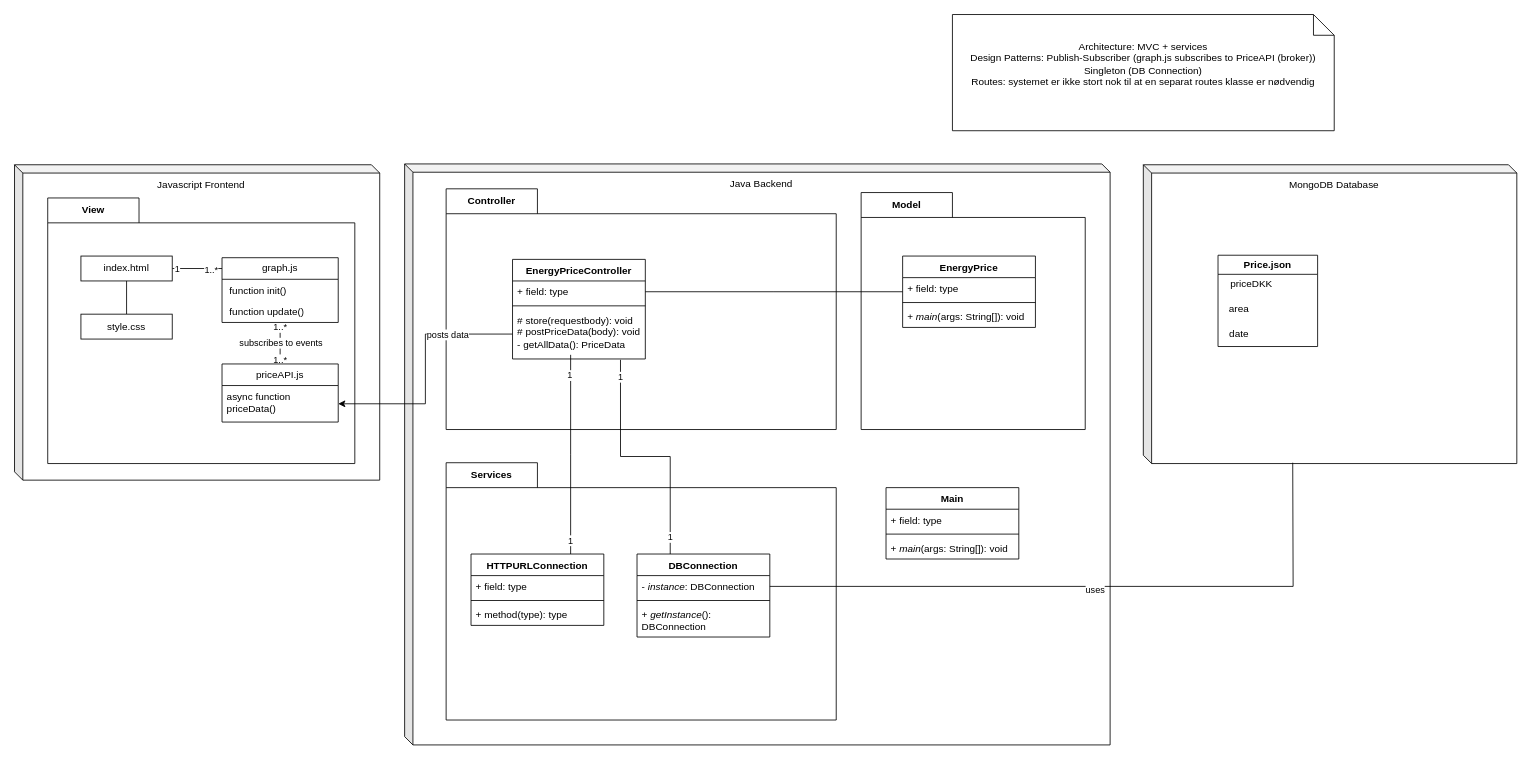
Before: page "UML Class" (3 of 4) of CPS Diagram.drawio in NikolajT/EnergyWatch, a draw.io diagram. Source tidied: cells renumbered, new cells numbered last; positions are measured from the earlier drawing's top-left corner, leaving out a move shared by most shapes. Both pictures are drawn from the tidied source at 83%, with x=0, y=0 at pixel (14, 14).
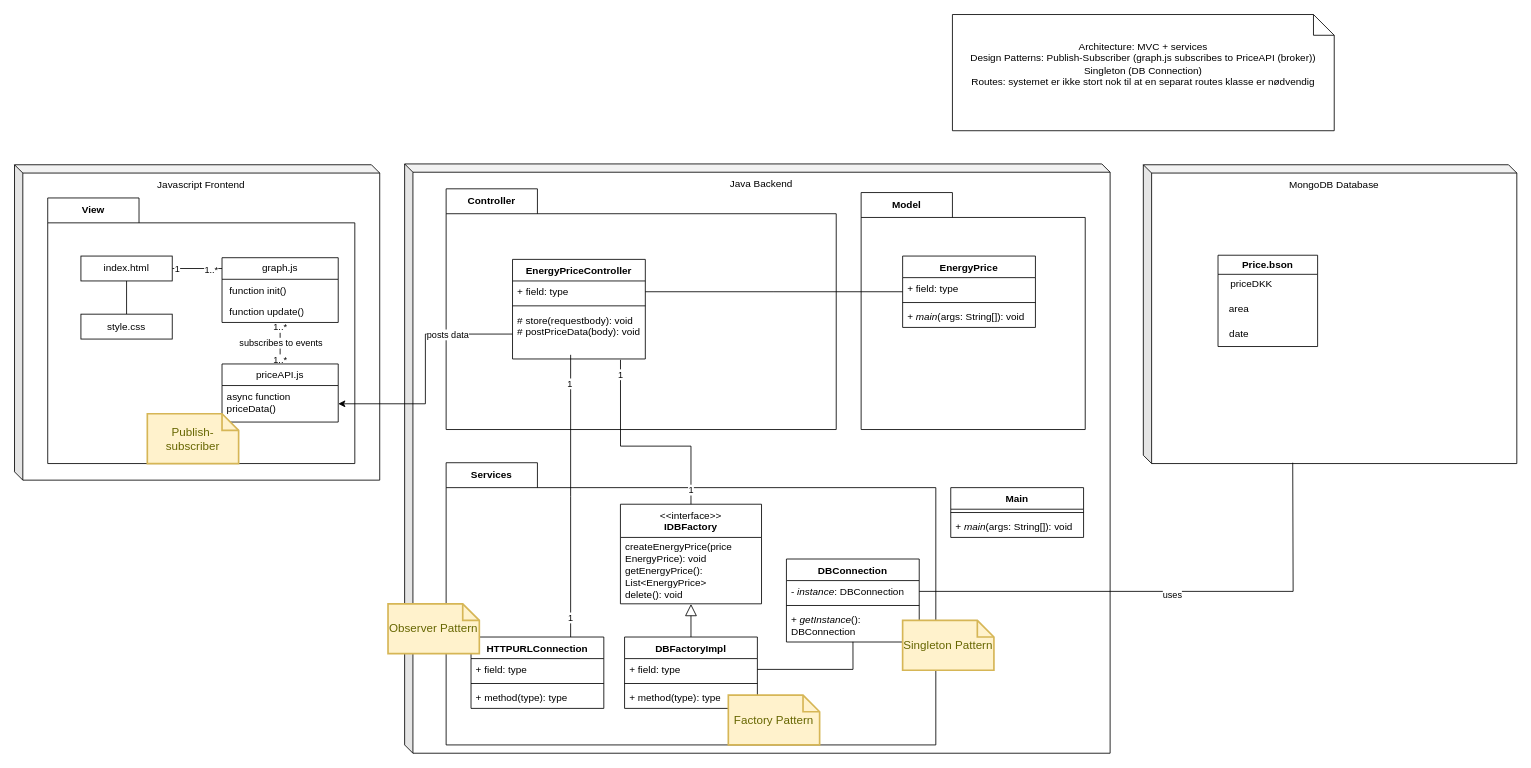
Above is the later version.

Commit message (it also covers changes not shown here):
Updated diagram + frontend files

Unchanged cells that the change refers to:
```xml
<mxCell id="3" value="View" style="shape=folder;fontStyle=1;tabWidth=110;tabHeight=30;tabPosition=left;html=1;boundedLbl=1;labelInHeader=1;whiteSpace=wrap;" parent="1" vertex="1">
  <mxGeometry x="40" y="221" width="370" height="320" as="geometry" />
</mxCell>
<mxCell id="22" value="EnergyPriceController" style="swimlane;fontStyle=1;align=center;verticalAlign=top;horizontal=1;startSize=26;whiteSpace=wrap;html=1;" parent="20" vertex="1">
  <mxGeometry x="80" y="85" width="160" height="120" as="geometry" />
</mxCell>
```

Change to the diagram source:
```diff
@@
+    <mxCell id="63" value="Publish-subscriber" style="shape=note;strokeWidth=2;fontSize=14;size=20;whiteSpace=wrap;html=1;fillColor=#fff2cc;strokeColor=#d6b656;fontColor=#666600;" parent="3" vertex="1">
+      <mxGeometry x="120" y="260" width="110" height="60" as="geometry" />
+    </mxCell>
     <mxCell id="19" value="Java Backend" style="shape=cube;whiteSpace=wrap;html=1;boundedLbl=1;backgroundOutline=1;darkOpacity=0.05;darkOpacity2=0.1;horizontal=1;verticalAlign=top;size=10;" parent="1" vertex="1">
-      <mxGeometry x="470" y="180" width="850" height="700" as="geometry" />
+      <mxGeometry x="470" y="180" width="850" height="710" as="geometry" />
     </mxCell>
@@
-    <mxCell id="25" value="# store(requestbody): void&lt;br&gt;# postPriceData(body): void&lt;br&gt;- getAllData(): PriceData" style="text;strokeColor=none;fillColor=none;align=left;verticalAlign=top;spacingLeft=4;spacingRight=4;overflow=hidden;points=[[0,0.5],[1,0.5]];portConstraint=eastwest;whiteSpace=wrap;html=1;" parent="22" vertex="1">
+    <mxCell id="25" value="# store(requestbody): void&lt;br&gt;# postPriceData(body): void" style="text;strokeColor=none;fillColor=none;align=left;verticalAlign=top;spacingLeft=4;spacingRight=4;overflow=hidden;points=[[0,0.5],[1,0.5]];portConstraint=eastwest;whiteSpace=wrap;html=1;" parent="22" vertex="1">
       <mxGeometry y="60" width="160" height="60" as="geometry" />
     </mxCell>
     <mxCell id="26" value="Services" style="shape=folder;fontStyle=1;tabWidth=110;tabHeight=30;tabPosition=left;html=1;boundedLbl=1;labelInHeader=1;whiteSpace=wrap;" parent="1" vertex="1">
-      <mxGeometry x="520" y="540" width="470" height="310" as="geometry" />
+      <mxGeometry x="520" y="540" width="590" height="340" as="geometry" />
     </mxCell>
     <mxCell id="27" style="html=1;strokeColor=none;fillColor=none;whiteSpace=wrap;" parent="26" vertex="1">
-      <mxGeometry width="470" height="217" relative="1" as="geometry">
+      <mxGeometry width="590" height="217" relative="1" as="geometry">
         <mxPoint y="30" as="offset" />
       </mxGeometry>
     </mxCell>
-    <mxCell id="28" style="edgeStyle=orthogonalEdgeStyle;rounded=0;jettySize=auto;html=1;exitX=0.75;exitY=0;exitDx=0;exitDy=0;endArrow=none;endFill=0;" parent="1" edge="1" source="31">
-      <mxGeometry relative="1" as="geometry">
-        <mxPoint x="670" y="410" as="targetPoint" />
-      </mxGeometry>
-    </mxCell>
-    <mxCell id="29" value="1" style="edgeLabel;html=1;align=center;verticalAlign=middle;" parent="28" vertex="1">
-      <mxGeometry x="-0.86" y="1" relative="1" as="geometry" />
-    </mxCell>
-    <mxCell id="30" value="1" style="edgeLabel;html=1;align=center;verticalAlign=middle;" parent="28" vertex="1">
-      <mxGeometry x="0.8" y="2" relative="1" as="geometry" />
-    </mxCell>
+    <mxCell id="38" value="DBConnection" style="swimlane;fontStyle=1;align=center;verticalAlign=top;horizontal=1;startSize=26;whiteSpace=wrap;html=1;" parent="26" vertex="1">
+      <mxGeometry x="410" y="116" width="160" height="100" as="geometry" />
+    </mxCell>
+    <mxCell id="39" value="- &lt;i&gt;instance&lt;/i&gt;: DBConnection" style="text;strokeColor=none;fillColor=none;align=left;verticalAlign=top;spacingLeft=4;spacingRight=4;overflow=hidden;points=[[0,0.5],[1,0.5]];portConstraint=eastwest;whiteSpace=wrap;html=1;" parent="38" vertex="1">
+      <mxGeometry y="26" width="160" height="26" as="geometry" />
+    </mxCell>
+    <mxCell id="40" style="line;strokeWidth=1;fillColor=none;align=left;verticalAlign=middle;spacingTop=-1;spacingLeft=3;spacingRight=3;labelPosition=right;strokeColor=inherit;" parent="38" vertex="1">
+      <mxGeometry y="52" width="160" height="8" as="geometry" />
+    </mxCell>
+    <mxCell id="41" value="+ &lt;i&gt;getInstance&lt;/i&gt;(): DBConnection" style="text;strokeColor=none;fillColor=none;align=left;verticalAlign=top;spacingLeft=4;spacingRight=4;overflow=hidden;points=[[0,0.5],[1,0.5]];portConstraint=eastwest;whiteSpace=wrap;html=1;" parent="38" vertex="1">
+      <mxGeometry y="60" width="160" height="40" as="geometry" />
+    </mxCell>
+    <mxCell id="64" style="edgeStyle=orthogonalEdgeStyle;rounded=0;jettySize=auto;html=1;exitX=0.5;exitY=0;exitDx=0;exitDy=0;entryX=0.5;entryY=1.003;entryDx=0;entryDy=0;entryPerimeter=0;endArrow=block;endFill=0;endSize=12;" parent="26" edge="1" source="65" target="69">
+      <mxGeometry relative="1" as="geometry" />
+    </mxCell>
+    <mxCell id="65" value="DBFactoryImpl" style="swimlane;fontStyle=1;align=center;verticalAlign=top;horizontal=1;startSize=26;whiteSpace=wrap;html=1;" parent="26" vertex="1">
+      <mxGeometry x="215" y="210" width="160" height="86" as="geometry" />
+    </mxCell>
+    <mxCell id="59" value="+ field: type" style="text;strokeColor=none;fillColor=none;align=left;verticalAlign=top;spacingLeft=4;spacingRight=4;overflow=hidden;points=[[0,0.5],[1,0.5]];portConstraint=eastwest;whiteSpace=wrap;html=1;" parent="65" vertex="1">
+      <mxGeometry y="26" width="160" height="26" as="geometry" />
+    </mxCell>
+    <mxCell id="66" style="line;strokeWidth=1;fillColor=none;align=left;verticalAlign=middle;spacingTop=-1;spacingLeft=3;spacingRight=3;labelPosition=right;strokeColor=inherit;" parent="65" vertex="1">
+      <mxGeometry y="52" width="160" height="8" as="geometry" />
+    </mxCell>
+    <mxCell id="67" value="+ method(type): type" style="text;strokeColor=none;fillColor=none;align=left;verticalAlign=top;spacingLeft=4;spacingRight=4;overflow=hidden;whiteSpace=wrap;html=1;" parent="65" vertex="1">
+      <mxGeometry y="60" width="160" height="26" as="geometry" />
+    </mxCell>
+    <mxCell id="68" value="&amp;lt;&amp;lt;interface&amp;gt;&amp;gt;&lt;br&gt;&lt;b&gt;IDBFactory&lt;/b&gt;" style="swimlane;fontStyle=0;align=center;verticalAlign=top;horizontal=1;startSize=40;html=1;whiteSpace=wrap;" parent="26" vertex="1">
+      <mxGeometry x="210" y="50" width="170" height="120" as="geometry" />
+    </mxCell>
+    <mxCell id="69" value="createEnergyPrice(price EnergyPrice): void&lt;br&gt;getEnergyPrice(): List&amp;lt;EnergyPrice&amp;gt;&lt;br&gt;delete(): void" style="text;html=1;strokeColor=none;fillColor=none;align=left;verticalAlign=middle;spacingLeft=4;spacingRight=4;overflow=hidden;points=[[0,0.5],[1,0.5]];portConstraint=eastwest;whiteSpace=wrap;" parent="68" vertex="1">
+      <mxGeometry y="40" width="170" height="80" as="geometry" />
+    </mxCell>
+    <mxCell id="70" style="edgeStyle=orthogonalEdgeStyle;rounded=0;jettySize=auto;html=1;exitX=1;exitY=0.5;exitDx=0;exitDy=0;entryX=0.501;entryY=0.995;entryDx=0;entryDy=0;entryPerimeter=0;endArrow=none;endFill=0;" parent="26" edge="1" source="59" target="41">
+      <mxGeometry relative="1" as="geometry" />
+    </mxCell>
+    <mxCell id="71" value="Factory Pattern" style="shape=note;strokeWidth=2;fontSize=14;size=20;whiteSpace=wrap;html=1;fillColor=#fff2cc;strokeColor=#d6b656;fontColor=#666600;" parent="26" vertex="1">
+      <mxGeometry x="340" y="280" width="110" height="60" as="geometry" />
+    </mxCell>
-    <mxCell id="31" value="HTTPURLConnection" style="swimlane;fontStyle=1;align=center;verticalAlign=top;horizontal=1;startSize=26;whiteSpace=wrap;html=1;" parent="1" vertex="1">
-      <mxGeometry x="550" y="650" width="160" height="86" as="geometry" />
+    <mxCell id="31" value="HTTPURLConnection" style="swimlane;fontStyle=1;align=center;verticalAlign=top;horizontal=1;startSize=26;whiteSpace=wrap;html=1;" parent="26" vertex="1">
+      <mxGeometry x="30" y="210" width="160" height="86" as="geometry" />
     </mxCell>
@@
+    <mxCell id="72" value="Observer Pattern" style="shape=note;strokeWidth=2;fontSize=14;size=20;whiteSpace=wrap;html=1;fillColor=#fff2cc;strokeColor=#d6b656;fontColor=#666600;" parent="26" vertex="1">
+      <mxGeometry x="-70" y="170" width="110" height="60" as="geometry" />
+    </mxCell>
+    <mxCell id="28" style="edgeStyle=orthogonalEdgeStyle;rounded=0;jettySize=auto;html=1;exitX=0.75;exitY=0;exitDx=0;exitDy=0;endArrow=none;endFill=0;" parent="1" edge="1" source="31">
+      <mxGeometry relative="1" as="geometry">
+        <mxPoint x="670" y="410" as="targetPoint" />
+      </mxGeometry>
+    </mxCell>
+    <mxCell id="29" value="1" style="edgeLabel;html=1;align=center;verticalAlign=middle;" parent="28" vertex="1">
+      <mxGeometry x="-0.86" y="1" relative="1" as="geometry" />
+    </mxCell>
+    <mxCell id="30" value="1" style="edgeLabel;html=1;align=center;verticalAlign=middle;" parent="28" vertex="1">
+      <mxGeometry x="0.8" y="2" relative="1" as="geometry" />
+    </mxCell>
-    <mxCell id="35" style="edgeStyle=orthogonalEdgeStyle;rounded=0;jettySize=auto;html=1;exitX=0.25;exitY=0;exitDx=0;exitDy=0;endArrow=none;endFill=0;entryX=0.813;entryY=1.017;entryDx=0;entryDy=0;entryPerimeter=0;" parent="1" edge="1" source="38" target="25">
-      <mxGeometry relative="1" as="geometry" />
+    <mxCell id="35" style="edgeStyle=orthogonalEdgeStyle;rounded=0;jettySize=auto;html=1;endArrow=none;endFill=0;entryX=0.813;entryY=1.017;entryDx=0;entryDy=0;entryPerimeter=0;" parent="1" edge="1" source="68" target="25">
+      <mxGeometry relative="1" as="geometry">
+        <Array as="points">
+          <mxPoint x="815" y="520" />
+          <mxPoint x="730" y="520" />
+        </Array>
+      </mxGeometry>
     </mxCell>
@@
-    <mxCell id="38" value="DBConnection" style="swimlane;fontStyle=1;align=center;verticalAlign=top;horizontal=1;startSize=26;whiteSpace=wrap;html=1;" parent="1" vertex="1">
-      <mxGeometry x="750" y="650" width="160" height="100" as="geometry" />
-    </mxCell>
-    <mxCell id="39" value="- &lt;i&gt;instance&lt;/i&gt;: DBConnection" style="text;strokeColor=none;fillColor=none;align=left;verticalAlign=top;spacingLeft=4;spacingRight=4;overflow=hidden;points=[[0,0.5],[1,0.5]];portConstraint=eastwest;whiteSpace=wrap;html=1;" parent="38" vertex="1">
-      <mxGeometry y="26" width="160" height="26" as="geometry" />
-    </mxCell>
-    <mxCell id="40" style="line;strokeWidth=1;fillColor=none;align=left;verticalAlign=middle;spacingTop=-1;spacingLeft=3;spacingRight=3;labelPosition=right;strokeColor=inherit;" parent="38" vertex="1">
-      <mxGeometry y="52" width="160" height="8" as="geometry" />
-    </mxCell>
-    <mxCell id="41" value="+ &lt;i&gt;getInstance&lt;/i&gt;(): DBConnection" style="text;strokeColor=none;fillColor=none;align=left;verticalAlign=top;spacingLeft=4;spacingRight=4;overflow=hidden;points=[[0,0.5],[1,0.5]];portConstraint=eastwest;whiteSpace=wrap;html=1;" parent="38" vertex="1">
-      <mxGeometry y="60" width="160" height="40" as="geometry" />
-    </mxCell>
@@
-    <mxCell id="54" value="Price.json" style="swimlane;whiteSpace=wrap;html=1;" parent="1" vertex="1">
+    <mxCell id="54" value="Price.bson" style="swimlane;whiteSpace=wrap;html=1;" parent="1" vertex="1">
       <mxGeometry x="1450" y="290" width="120" height="110" as="geometry" />
     </mxCell>
@@
     <mxCell id="58" value="Main" style="swimlane;fontStyle=1;align=center;verticalAlign=top;horizontal=1;startSize=26;whiteSpace=wrap;html=1;" parent="1" vertex="1">
-      <mxGeometry x="1050" y="570" width="160" height="86" as="geometry" />
+      <mxGeometry x="1128" y="570" width="160" height="60" as="geometry" />
     </mxCell>
-    <mxCell id="59" value="+ field: type" style="text;strokeColor=none;fillColor=none;align=left;verticalAlign=top;spacingLeft=4;spacingRight=4;overflow=hidden;points=[[0,0.5],[1,0.5]];portConstraint=eastwest;whiteSpace=wrap;html=1;" parent="58" vertex="1">
-      <mxGeometry y="26" width="160" height="26" as="geometry" />
-    </mxCell>
     <mxCell id="60" style="line;strokeWidth=1;fillColor=none;align=left;verticalAlign=middle;spacingTop=-1;spacingLeft=3;spacingRight=3;labelPosition=right;strokeColor=inherit;" parent="58" vertex="1">
-      <mxGeometry y="52" width="160" height="8" as="geometry" />
+      <mxGeometry y="26" width="160" height="8" as="geometry" />
     </mxCell>
     <mxCell id="61" value="+ &lt;i&gt;main&lt;/i&gt;(args: String[]): void" style="text;strokeColor=none;fillColor=none;align=left;verticalAlign=top;spacingLeft=4;spacingRight=4;overflow=hidden;whiteSpace=wrap;html=1;" parent="58" vertex="1">
-      <mxGeometry y="60" width="160" height="26" as="geometry" />
+      <mxGeometry y="34" width="160" height="26" as="geometry" />
     </mxCell>
@@
+    <mxCell id="73" value="Singleton Pattern" style="shape=note;strokeWidth=2;fontSize=14;size=20;whiteSpace=wrap;html=1;fillColor=#fff2cc;strokeColor=#d6b656;fontColor=#666600;" parent="1" vertex="1">
+      <mxGeometry x="1070" y="730" width="110" height="60" as="geometry" />
+    </mxCell>
```
